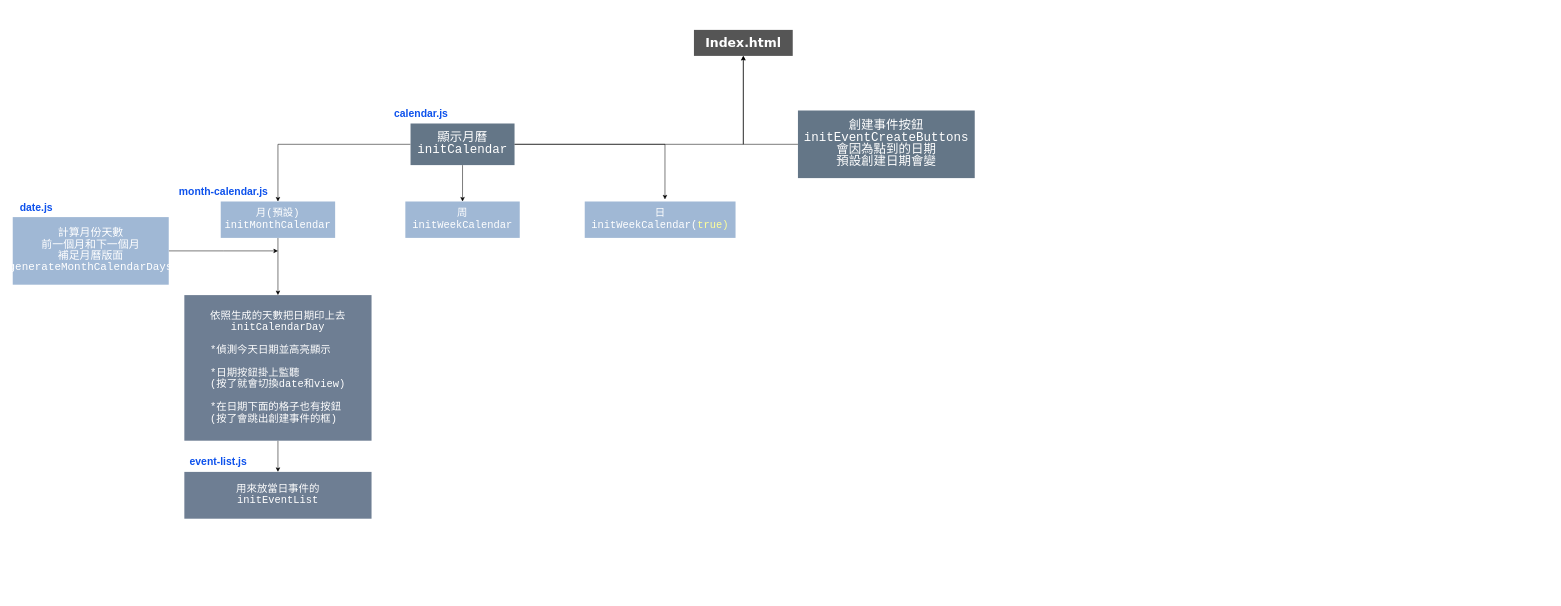
Earlier version of the draw.io diagram Calendar.drawio (SonicHsu/CalendarApp). Source tidied: cells renumbered, new cells numbered last; positions are measured from the earlier drawing's top-left corner, leaving out a move shared by most shapes. Both pictures are drawn from the tidied source at 52%, with x=0, y=0 at pixel (12, 30).
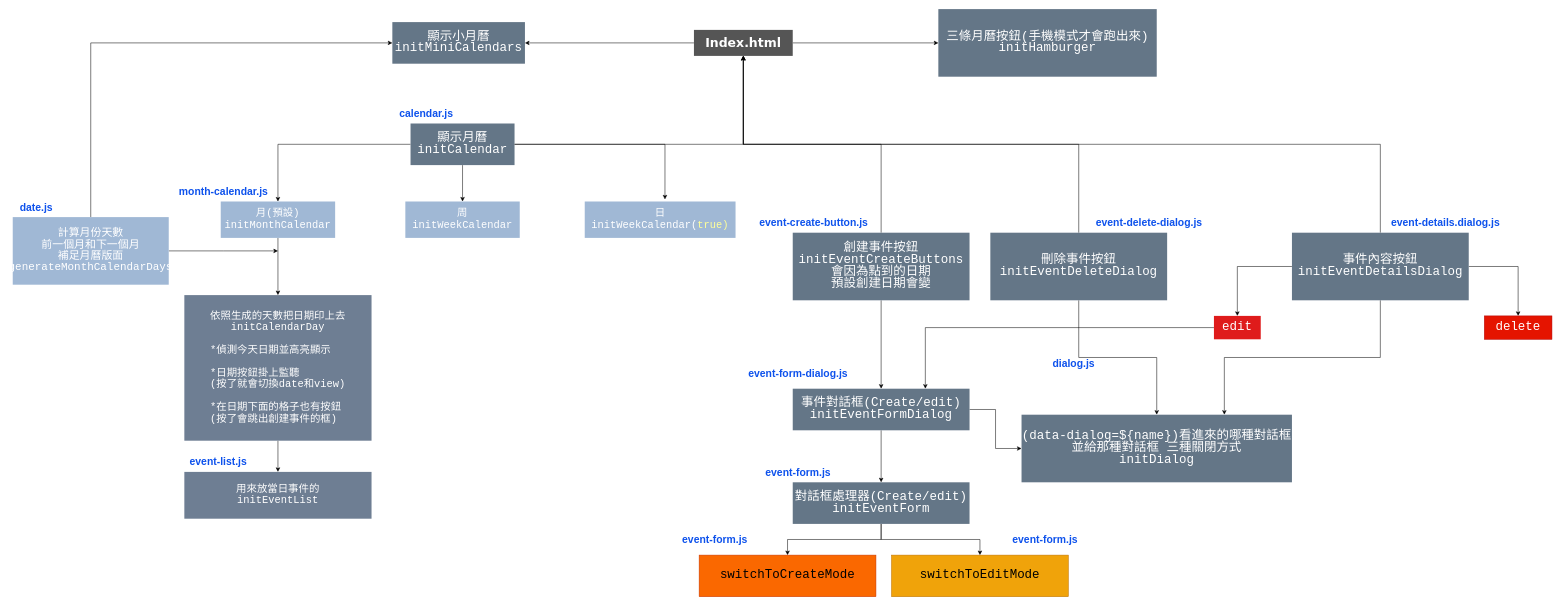
The same page after the edit.

The change refers to these unchanged cells:
```xml
<mxCell id="2" value="&lt;h1&gt;&lt;font face=&quot;Verdana&quot;&gt;Index.html&lt;/font&gt;&lt;/h1&gt;" style="rounded=0;whiteSpace=wrap;html=1;fillColor=#555555;strokeColor=none;fontColor=#FFFFFF;" parent="1" vertex="1">
  <mxGeometry x="1310" width="190" height="50" as="geometry" />
</mxCell>
<mxCell id="15" value="&lt;div style=&quot;line-height: 19px; white-space: pre; font-family: Consolas, &amp;quot;Courier New&amp;quot;, monospace;&quot;&gt;&lt;font style=&quot;font-size: 21px;&quot;&gt;計算月份天數&lt;/font&gt;&lt;/div&gt;&lt;div style=&quot;line-height: 19px; white-space: pre; font-family: Consolas, &amp;quot;Courier New&amp;quot;, monospace;&quot;&gt;&lt;font style=&quot;font-size: 21px;&quot;&gt;前一個月和下一個月&lt;/font&gt;&lt;/div&gt;&lt;div style=&quot;line-height: 19px; white-space: pre; font-family: Consolas, &amp;quot;Courier New&amp;quot;, monospace;&quot;&gt;&lt;font style=&quot;font-size: 21px;&quot;&gt;補足月曆版面&lt;/font&gt;&lt;/div&gt;&lt;div style=&quot;line-height: 19px;&quot;&gt;&lt;div style=&quot;line-height: 19px;&quot;&gt;&lt;font style=&quot;font-size: 21px;&quot; face=&quot;Consolas, Courier New, monospace&quot;&gt;&lt;span style=&quot;white-space: pre;&quot;&gt;generateMonthCalendarDays&lt;/span&gt;&lt;/font&gt;&lt;/div&gt;&lt;/div&gt;" style="rounded=0;whiteSpace=wrap;html=1;fillColor=#A0B8D5;strokeColor=none;fontColor=#ffffff;strokeWidth=1;" parent="1" vertex="1">
  <mxGeometry y="360" width="300" height="130" as="geometry" />
</mxCell>
```

Change to the diagram source:
```diff
@@
+    <mxCell id="23" style="edgeStyle=orthogonalEdgeStyle;rounded=0;jettySize=auto;html=1;entryX=0;entryY=0.5;entryDx=0;entryDy=0;" parent="1" edge="1" source="2" target="55">
+      <mxGeometry relative="1" as="geometry" />
+    </mxCell>
+    <mxCell id="24" style="edgeStyle=orthogonalEdgeStyle;rounded=0;jettySize=auto;html=1;entryX=1;entryY=0.5;entryDx=0;entryDy=0;" parent="1" edge="1" source="2" target="56">
+      <mxGeometry relative="1" as="geometry" />
+    </mxCell>
@@
+    <mxCell id="25" style="edgeStyle=orthogonalEdgeStyle;rounded=0;jettySize=auto;html=1;entryX=0;entryY=0.5;entryDx=0;entryDy=0;" parent="1" edge="1" source="15" target="56">
+      <mxGeometry relative="1" as="geometry">
+        <Array as="points">
+          <mxPoint x="150" y="25" />
+        </Array>
+      </mxGeometry>
+    </mxCell>
@@
     <mxCell id="16" value="&lt;span style=&quot;font-size: 20px;&quot;&gt;&lt;b&gt;calendar.js&lt;/b&gt;&lt;/span&gt;" style="text;html=1;align=center;verticalAlign=middle;strokeColor=none;fillColor=none;fontColor=#0E52EC;" parent="1" vertex="1">
-      <mxGeometry x="720" y="140" width="130" height="40" as="geometry" />
+      <mxGeometry x="730" y="140" width="130" height="40" as="geometry" />
     </mxCell>
@@
+    <mxCell id="26" style="edgeStyle=orthogonalEdgeStyle;rounded=0;jettySize=auto;html=1;entryX=0.5;entryY=0;entryDx=0;entryDy=0;" parent="1" edge="1" source="22" target="42">
+      <mxGeometry relative="1" as="geometry" />
+    </mxCell>
     <mxCell id="22" value="&lt;div style=&quot;font-family: Consolas, &amp;quot;Courier New&amp;quot;, monospace; line-height: 19px; white-space: pre;&quot;&gt;&lt;span style=&quot;font-size: 24px;&quot;&gt;創建事件按鈕&lt;/span&gt;&lt;/div&gt;&lt;div style=&quot;font-family: Consolas, &amp;quot;Courier New&amp;quot;, monospace; line-height: 19px; white-space: pre;&quot;&gt;&lt;font style=&quot;color: rgb(255, 255, 255); font-size: 24px;&quot;&gt;initEventCreateButtons&lt;/font&gt;&lt;/div&gt;&lt;div style=&quot;font-family: Consolas, &amp;quot;Courier New&amp;quot;, monospace; line-height: 19px; white-space: pre;&quot;&gt;&lt;span style=&quot;font-size: 24px;&quot;&gt;會因為點到的日期&lt;/span&gt;&lt;/div&gt;&lt;div style=&quot;font-family: Consolas, &amp;quot;Courier New&amp;quot;, monospace; line-height: 19px; white-space: pre;&quot;&gt;&lt;span style=&quot;font-size: 24px;&quot;&gt;預設創建日期會變&lt;/span&gt;&lt;/div&gt;" style="rounded=0;whiteSpace=wrap;html=1;fillColor=#647687;strokeColor=none;fontColor=#ffffff;" parent="1" vertex="1">
-      <mxGeometry x="1510" y="155" width="340" height="130" as="geometry" />
+      <mxGeometry x="1500" y="390" width="340" height="130" as="geometry" />
     </mxCell>
+    <mxCell id="27" style="edgeStyle=orthogonalEdgeStyle;rounded=0;jettySize=auto;html=1;entryX=0.5;entryY=1;entryDx=0;entryDy=0;" parent="1" edge="1" source="29" target="2">
+      <mxGeometry relative="1" as="geometry">
+        <Array as="points">
+          <mxPoint x="1405" y="220" />
+        </Array>
+      </mxGeometry>
+    </mxCell>
+    <mxCell id="28" style="edgeStyle=orthogonalEdgeStyle;rounded=0;jettySize=auto;html=1;entryX=0.5;entryY=0;entryDx=0;entryDy=0;" parent="1" edge="1" source="29" target="30">
+      <mxGeometry relative="1" as="geometry" />
+    </mxCell>
+    <mxCell id="29" value="&lt;div style=&quot;font-family: Consolas, &amp;quot;Courier New&amp;quot;, monospace; line-height: 19px; white-space: pre;&quot;&gt;&lt;span style=&quot;font-size: 24px;&quot;&gt;刪除事件按鈕&lt;/span&gt;&lt;/div&gt;&lt;div style=&quot;font-family: Consolas, &amp;quot;Courier New&amp;quot;, monospace; line-height: 19px; white-space: pre;&quot;&gt;&lt;font style=&quot;color: rgb(255, 255, 255); font-size: 24px;&quot;&gt;initEventDeleteDialog&lt;/font&gt;&lt;/div&gt;" style="rounded=0;whiteSpace=wrap;html=1;fillColor=#647687;strokeColor=none;fontColor=#ffffff;" parent="1" vertex="1">
+      <mxGeometry x="1880" y="390" width="340" height="130" as="geometry" />
+    </mxCell>
+    <mxCell id="30" value="&lt;div style=&quot;line-height: 19px;&quot;&gt;&lt;font face=&quot;Consolas, Courier New, monospace&quot;&gt;&lt;span style=&quot;font-size: 24px; white-space: pre;&quot;&gt;(data-dialog=${name})看進來的哪種對話框&lt;/span&gt;&lt;/font&gt;&lt;br&gt;&lt;font face=&quot;Consolas, Courier New, monospace&quot;&gt;&lt;span style=&quot;font-size: 24px; white-space: pre;&quot;&gt;並給那種對話框 三種關閉方式&lt;/span&gt;&lt;/font&gt;&lt;/div&gt;&lt;div style=&quot;font-family: Consolas, &amp;quot;Courier New&amp;quot;, monospace; line-height: 19px; white-space: pre;&quot;&gt;&lt;font style=&quot;color: rgb(255, 255, 255); font-size: 24px;&quot;&gt;initDialog&lt;/font&gt;&lt;/div&gt;" style="rounded=0;whiteSpace=wrap;html=1;fillColor=#647687;strokeColor=none;fontColor=#ffffff;" parent="1" vertex="1">
+      <mxGeometry x="1940" y="740" width="520" height="130" as="geometry" />
+    </mxCell>
+    <mxCell id="31" value="&lt;span style=&quot;font-size: 20px;&quot;&gt;&lt;b&gt;dialog.js&lt;/b&gt;&lt;/span&gt;" style="text;html=1;align=center;verticalAlign=middle;strokeColor=none;fillColor=none;fontColor=#0E52EC;" parent="1" vertex="1">
+      <mxGeometry x="1990" y="620" width="100" height="40" as="geometry" />
+    </mxCell>
+    <mxCell id="32" value="&lt;span style=&quot;font-size: 20px;&quot;&gt;&lt;b&gt;event-delete-dialog.js&lt;/b&gt;&lt;/span&gt;" style="text;html=1;align=center;verticalAlign=middle;strokeColor=none;fillColor=none;fontColor=#0E52EC;" parent="1" vertex="1">
+      <mxGeometry x="2070" y="350" width="230" height="40" as="geometry" />
+    </mxCell>
+    <mxCell id="33" value="&lt;span style=&quot;font-size: 20px;&quot;&gt;&lt;b&gt;event-create-button.js&lt;/b&gt;&lt;/span&gt;" style="text;html=1;align=center;verticalAlign=middle;strokeColor=none;fillColor=none;fontColor=#0E52EC;" parent="1" vertex="1">
+      <mxGeometry x="1425" y="350" width="230" height="40" as="geometry" />
+    </mxCell>
+    <mxCell id="34" style="edgeStyle=orthogonalEdgeStyle;rounded=0;jettySize=auto;html=1;entryX=0.5;entryY=1;entryDx=0;entryDy=0;" parent="1" edge="1" source="38" target="2">
+      <mxGeometry relative="1" as="geometry">
+        <Array as="points">
+          <mxPoint x="1405" y="220" />
+        </Array>
+      </mxGeometry>
+    </mxCell>
+    <mxCell id="35" style="edgeStyle=orthogonalEdgeStyle;rounded=0;jettySize=auto;html=1;entryX=0.5;entryY=0;entryDx=0;entryDy=0;" parent="1" edge="1" source="38" target="45">
+      <mxGeometry relative="1" as="geometry" />
+    </mxCell>
+    <mxCell id="36" style="edgeStyle=orthogonalEdgeStyle;rounded=0;jettySize=auto;html=1;entryX=0.5;entryY=0;entryDx=0;entryDy=0;" parent="1" edge="1" source="38" target="46">
+      <mxGeometry relative="1" as="geometry" />
+    </mxCell>
+    <mxCell id="37" style="edgeStyle=orthogonalEdgeStyle;rounded=0;jettySize=auto;html=1;entryX=0.75;entryY=0;entryDx=0;entryDy=0;" parent="1" edge="1" source="38" target="30">
+      <mxGeometry relative="1" as="geometry" />
+    </mxCell>
+    <mxCell id="38" value="&lt;div style=&quot;font-family: Consolas, &amp;quot;Courier New&amp;quot;, monospace; line-height: 19px; white-space: pre;&quot;&gt;&lt;span style=&quot;font-size: 24px;&quot;&gt;事件內容按鈕&lt;/span&gt;&lt;/div&gt;&lt;div style=&quot;font-family: Consolas, &amp;quot;Courier New&amp;quot;, monospace; line-height: 19px; white-space: pre;&quot;&gt;&lt;font style=&quot;color: rgb(255, 255, 255); font-size: 24px;&quot;&gt;initEventDetailsDialog&lt;/font&gt;&lt;/div&gt;" style="rounded=0;whiteSpace=wrap;html=1;fillColor=#647687;strokeColor=none;fontColor=#ffffff;" parent="1" vertex="1">
+      <mxGeometry x="2460" y="390" width="340" height="130" as="geometry" />
+    </mxCell>
+    <mxCell id="39" value="&lt;span style=&quot;font-size: 20px;&quot;&gt;&lt;b&gt;event-details.dialog.js&lt;/b&gt;&lt;/span&gt;" style="text;html=1;align=center;verticalAlign=middle;strokeColor=none;fillColor=none;fontColor=#0E52EC;" parent="1" vertex="1">
+      <mxGeometry x="2640" y="350" width="230" height="40" as="geometry" />
+    </mxCell>
+    <mxCell id="40" style="edgeStyle=orthogonalEdgeStyle;rounded=0;jettySize=auto;html=1;entryX=0;entryY=0.5;entryDx=0;entryDy=0;" parent="1" edge="1" source="42" target="30">
+      <mxGeometry relative="1" as="geometry" />
+    </mxCell>
+    <mxCell id="41" style="edgeStyle=orthogonalEdgeStyle;rounded=0;jettySize=auto;html=1;entryX=0.5;entryY=0;entryDx=0;entryDy=0;" parent="1" edge="1" source="42" target="49">
+      <mxGeometry relative="1" as="geometry" />
+    </mxCell>
+    <mxCell id="42" value="&lt;div style=&quot;font-family: Consolas, &amp;quot;Courier New&amp;quot;, monospace; line-height: 19px; white-space: pre;&quot;&gt;&lt;span style=&quot;font-size: 24px;&quot;&gt;事件對話框(Create/edit)&lt;/span&gt;&lt;/div&gt;&lt;div style=&quot;font-family: Consolas, &amp;quot;Courier New&amp;quot;, monospace; line-height: 19px; white-space: pre;&quot;&gt;&lt;font style=&quot;color: rgb(255, 255, 255); font-size: 24px;&quot;&gt;initEventFormDialog&lt;/font&gt;&lt;/div&gt;" style="rounded=0;whiteSpace=wrap;html=1;fillColor=#647687;strokeColor=none;fontColor=#ffffff;" parent="1" vertex="1">
+      <mxGeometry x="1500" y="690" width="340" height="80" as="geometry" />
+    </mxCell>
+    <mxCell id="43" value="&lt;span style=&quot;font-size: 20px;&quot;&gt;&lt;b&gt;event-form-dialog.js&lt;/b&gt;&lt;/span&gt;" style="text;html=1;align=center;verticalAlign=middle;strokeColor=none;fillColor=none;fontColor=#0E52EC;" parent="1" vertex="1">
+      <mxGeometry x="1405" y="640" width="210" height="40" as="geometry" />
+    </mxCell>
+    <mxCell id="44" style="edgeStyle=orthogonalEdgeStyle;rounded=0;jettySize=auto;html=1;entryX=0.75;entryY=0;entryDx=0;entryDy=0;" parent="1" edge="1" source="45" target="42">
+      <mxGeometry relative="1" as="geometry" />
+    </mxCell>
+    <mxCell id="45" value="&lt;div style=&quot;font-family: Consolas, &amp;quot;Courier New&amp;quot;, monospace; line-height: 19px; white-space: pre;&quot;&gt;&lt;span style=&quot;font-size: 24px;&quot;&gt;edit&lt;/span&gt;&lt;/div&gt;" style="rounded=0;whiteSpace=wrap;html=1;fillColor=#DF1B1B;strokeColor=none;fontColor=#ffffff;" parent="1" vertex="1">
+      <mxGeometry x="2310" y="550" width="90" height="45" as="geometry" />
+    </mxCell>
+    <mxCell id="46" value="&lt;div style=&quot;font-family: Consolas, &amp;quot;Courier New&amp;quot;, monospace; line-height: 19px; white-space: pre;&quot;&gt;&lt;span style=&quot;font-size: 24px;&quot;&gt;delete&lt;/span&gt;&lt;/div&gt;" style="rounded=0;whiteSpace=wrap;html=1;fillColor=#e51400;strokeColor=#B20000;fontColor=#ffffff;" parent="1" vertex="1">
+      <mxGeometry x="2830" y="550" width="130" height="45" as="geometry" />
+    </mxCell>
+    <mxCell id="47" style="edgeStyle=orthogonalEdgeStyle;rounded=0;jettySize=auto;html=1;entryX=0.5;entryY=0;entryDx=0;entryDy=0;" parent="1" edge="1" source="49" target="51">
+      <mxGeometry relative="1" as="geometry" />
+    </mxCell>
+    <mxCell id="48" style="edgeStyle=orthogonalEdgeStyle;rounded=0;jettySize=auto;html=1;entryX=0.5;entryY=0;entryDx=0;entryDy=0;" parent="1" edge="1" source="49" target="52">
+      <mxGeometry relative="1" as="geometry" />
+    </mxCell>
+    <mxCell id="49" value="&lt;div style=&quot;font-family: Consolas, &amp;quot;Courier New&amp;quot;, monospace; line-height: 19px; white-space: pre;&quot;&gt;&lt;span style=&quot;font-size: 24px;&quot;&gt;對話框處理器&lt;/span&gt;&lt;span style=&quot;font-size: 24px; background-color: transparent; color: light-dark(rgb(255, 255, 255), rgb(18, 18, 18));&quot;&gt;(Create/edit)&lt;/span&gt;&lt;/div&gt;&lt;div style=&quot;font-family: Consolas, &amp;quot;Courier New&amp;quot;, monospace; line-height: 19px; white-space: pre;&quot;&gt;&lt;font style=&quot;color: rgb(255, 255, 255); font-size: 24px;&quot;&gt;initEventForm&lt;/font&gt;&lt;/div&gt;" style="rounded=0;whiteSpace=wrap;html=1;fillColor=#647687;strokeColor=none;fontColor=#ffffff;" parent="1" vertex="1">
+      <mxGeometry x="1500" y="870" width="340" height="80" as="geometry" />
+    </mxCell>
+    <mxCell id="50" value="&lt;span style=&quot;font-size: 20px;&quot;&gt;&lt;b&gt;event-form.js&lt;/b&gt;&lt;/span&gt;" style="text;html=1;align=center;verticalAlign=middle;strokeColor=none;fillColor=none;fontColor=#0E52EC;" parent="1" vertex="1">
+      <mxGeometry x="1435" y="830" width="150" height="40" as="geometry" />
+    </mxCell>
+    <mxCell id="51" value="&lt;div style=&quot;line-height: 19px;&quot;&gt;&lt;font face=&quot;Consolas, Courier New, monospace&quot;&gt;&lt;span style=&quot;font-size: 24px; white-space: pre;&quot;&gt;switchToCreateMode&lt;/span&gt;&lt;/font&gt;&lt;/div&gt;" style="rounded=0;whiteSpace=wrap;html=1;fillColor=#fa6800;strokeColor=#C73500;fontColor=#000000;" parent="1" vertex="1">
+      <mxGeometry x="1320" y="1010" width="340" height="80" as="geometry" />
+    </mxCell>
+    <mxCell id="52" value="&lt;div style=&quot;line-height: 19px;&quot;&gt;&lt;font face=&quot;Consolas, Courier New, monospace&quot;&gt;&lt;span style=&quot;font-size: 24px; white-space: pre;&quot;&gt;switchToEditMode&lt;/span&gt;&lt;/font&gt;&lt;/div&gt;" style="rounded=0;whiteSpace=wrap;html=1;fillColor=#f0a30a;strokeColor=#BD7000;fontColor=#000000;" parent="1" vertex="1">
+      <mxGeometry x="1690" y="1010" width="340" height="80" as="geometry" />
+    </mxCell>
+    <mxCell id="53" value="&lt;span style=&quot;font-size: 20px;&quot;&gt;&lt;b&gt;event-form.js&lt;/b&gt;&lt;/span&gt;" style="text;html=1;align=center;verticalAlign=middle;strokeColor=none;fillColor=none;fontColor=#0E52EC;" parent="1" vertex="1">
+      <mxGeometry x="1275" y="960" width="150" height="40" as="geometry" />
+    </mxCell>
+    <mxCell id="54" value="&lt;span style=&quot;font-size: 20px;&quot;&gt;&lt;b&gt;event-form.js&lt;/b&gt;&lt;/span&gt;" style="text;html=1;align=center;verticalAlign=middle;strokeColor=none;fillColor=none;fontColor=#0E52EC;" parent="1" vertex="1">
+      <mxGeometry x="1910" y="960" width="150" height="40" as="geometry" />
+    </mxCell>
+    <mxCell id="55" value="&lt;div style=&quot;font-family: Consolas, &amp;quot;Courier New&amp;quot;, monospace; line-height: 19px; white-space: pre;&quot;&gt;&lt;span style=&quot;font-size: 24px;&quot;&gt;三條月曆按鈕(手機模式才會跑出來)&lt;/span&gt;&lt;/div&gt;&lt;div style=&quot;font-family: Consolas, &amp;quot;Courier New&amp;quot;, monospace; line-height: 19px; white-space: pre;&quot;&gt;&lt;font style=&quot;color: rgb(255, 255, 255); font-size: 24px;&quot;&gt;initHamburger&lt;/font&gt;&lt;/div&gt;" style="rounded=0;whiteSpace=wrap;html=1;fillColor=#647687;strokeColor=none;fontColor=#ffffff;" parent="1" vertex="1">
+      <mxGeometry x="1780" y="-40" width="420" height="130" as="geometry" />
+    </mxCell>
+    <mxCell id="56" value="&lt;div style=&quot;font-family: Consolas, &amp;quot;Courier New&amp;quot;, monospace; line-height: 19px; white-space: pre;&quot;&gt;&lt;span style=&quot;font-size: 24px;&quot;&gt;顯示小月曆&lt;/span&gt;&lt;/div&gt;&lt;div style=&quot;font-family: Consolas, &amp;quot;Courier New&amp;quot;, monospace; line-height: 19px; white-space: pre;&quot;&gt;&lt;font style=&quot;color: rgb(255, 255, 255); font-size: 24px;&quot;&gt;initMiniCalendars&lt;/font&gt;&lt;/div&gt;" style="rounded=0;whiteSpace=wrap;html=1;fillColor=#647687;strokeColor=none;fontColor=#ffffff;" parent="1" vertex="1">
+      <mxGeometry x="730" y="-15" width="255" height="80" as="geometry" />
+    </mxCell>
```
